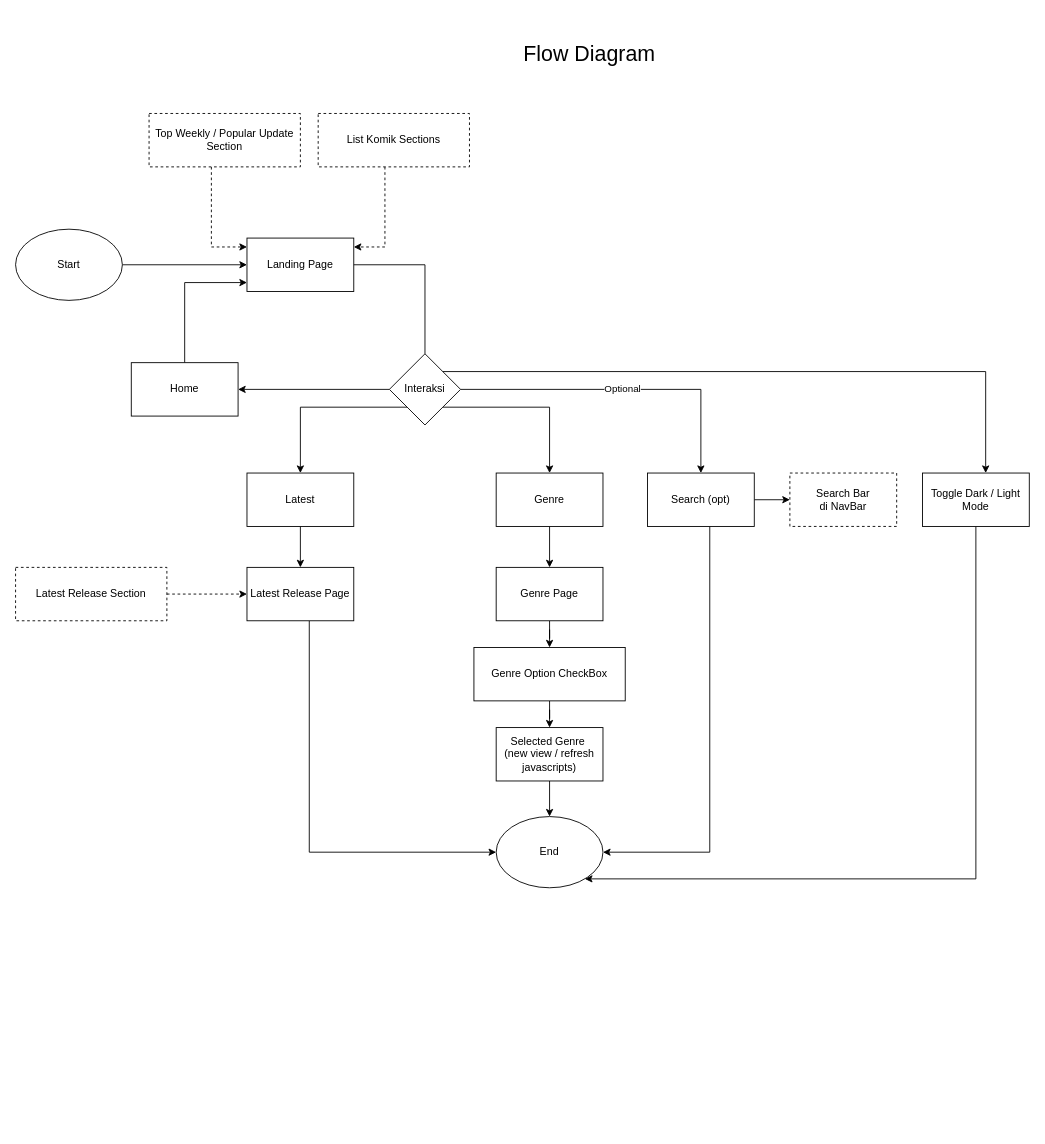
Aryanda04/web_komik keeps this draw.io diagram as page "Flow Diagram" (1 of 2) of flow web.drawio. Above is the earlier version. Source tidied: cells renumbered, new cells numbered last; positions are measured from the earlier drawing's top-left corner, leaving out a move shared by most shapes. Both pictures are drawn from the tidied source at 89%, with x=0, y=0 at pixel (15, 15).
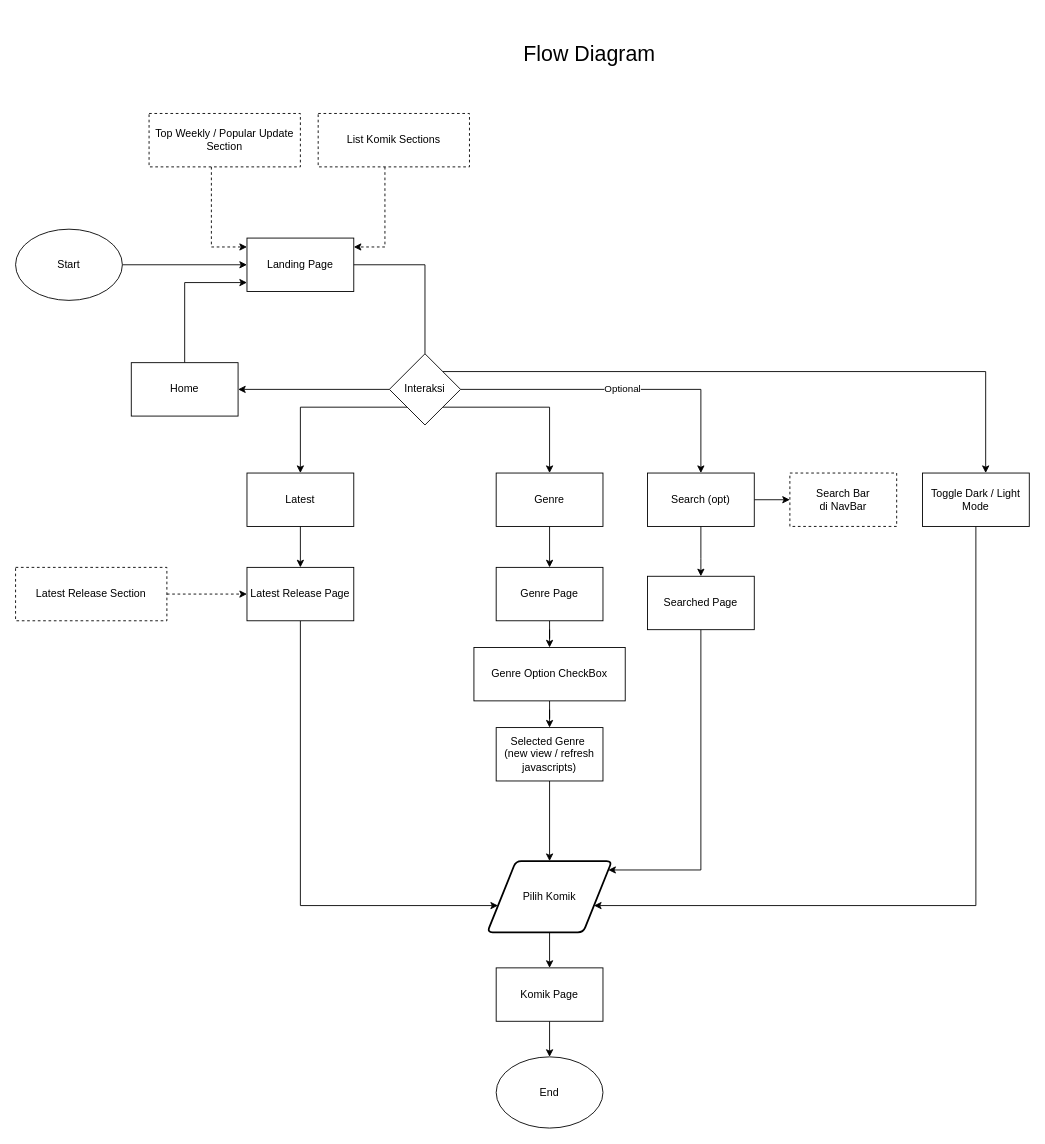
The same page after the edit.

The change refers to these unchanged cells:
```xml
<mxCell id="19" value="Search (opt)" style="rounded=0;whiteSpace=wrap;html=1;" parent="1" vertex="1">
  <mxGeometry x="710" y="514" width="120" height="60" as="geometry" />
</mxCell>
<mxCell id="27" value="Latest Release Page" style="rounded=0;whiteSpace=wrap;html=1;" parent="1" vertex="1">
  <mxGeometry x="260" y="620" width="120" height="60" as="geometry" />
</mxCell>
<mxCell id="35" value="Selected Genre&amp;nbsp;&lt;br&gt;(new view / refresh javascripts)" style="rounded=0;whiteSpace=wrap;html=1;" parent="1" vertex="1">
  <mxGeometry x="540" y="800" width="120" height="60" as="geometry" />
</mxCell>
<mxCell id="37" value="Toggle Dark / Light Mode" style="rounded=0;whiteSpace=wrap;html=1;" parent="1" vertex="1">
  <mxGeometry x="1019" y="514" width="120" height="60" as="geometry" />
</mxCell>
```

The edit, as a diff of the source:
```diff
@@
     <mxCell id="4" value="End" style="ellipse;whiteSpace=wrap;html=1;" parent="1" vertex="1">
-      <mxGeometry x="540" y="900" width="120" height="80" as="geometry" />
+      <mxGeometry x="540" y="1170" width="120" height="80" as="geometry" />
     </mxCell>
@@
-    <mxCell id="18" style="edgeStyle=orthogonalEdgeStyle;rounded=0;jettySize=auto;html=1;" parent="1" edge="1" source="19" target="4">
-      <mxGeometry relative="1" as="geometry">
-        <Array as="points">
-          <mxPoint x="780" y="940" />
-        </Array>
-      </mxGeometry>
-    </mxCell>
+    <mxCell id="40" style="edgeStyle=orthogonalEdgeStyle;rounded=0;jettySize=auto;html=1;" parent="1" edge="1" source="19" target="45">
+      <mxGeometry relative="1" as="geometry">
+        <Array as="points">
+          <mxPoint x="770" y="610" />
+          <mxPoint x="770" y="610" />
+        </Array>
+      </mxGeometry>
+    </mxCell>
@@
-    <mxCell id="26" style="edgeStyle=orthogonalEdgeStyle;rounded=0;jettySize=auto;html=1;" parent="1" edge="1" source="27" target="4">
-      <mxGeometry relative="1" as="geometry">
-        <Array as="points">
-          <mxPoint x="330" y="940" />
-        </Array>
-      </mxGeometry>
-    </mxCell>
+    <mxCell id="41" style="edgeStyle=orthogonalEdgeStyle;rounded=0;jettySize=auto;html=1;" parent="1" edge="1" source="27" target="47">
+      <mxGeometry relative="1" as="geometry">
+        <Array as="points">
+          <mxPoint x="320" y="1000" />
+        </Array>
+      </mxGeometry>
+    </mxCell>
@@
-    <mxCell id="34" style="edgeStyle=orthogonalEdgeStyle;rounded=0;jettySize=auto;html=1;" parent="1" edge="1" source="35" target="4">
-      <mxGeometry relative="1" as="geometry" />
-    </mxCell>
+    <mxCell id="42" style="edgeStyle=orthogonalEdgeStyle;rounded=0;jettySize=auto;html=1;" parent="1" edge="1" source="35" target="47">
+      <mxGeometry relative="1" as="geometry" />
+    </mxCell>
@@
-    <mxCell id="36" style="edgeStyle=orthogonalEdgeStyle;rounded=0;jettySize=auto;html=1;" parent="1" edge="1" source="37" target="4">
-      <mxGeometry relative="1" as="geometry">
-        <Array as="points">
-          <mxPoint x="1079" y="970" />
-        </Array>
-      </mxGeometry>
-    </mxCell>
+    <mxCell id="43" style="edgeStyle=orthogonalEdgeStyle;rounded=0;jettySize=auto;html=1;" parent="1" edge="1" source="37" target="47">
+      <mxGeometry relative="1" as="geometry">
+        <Array as="points">
+          <mxPoint x="1079" y="1000" />
+        </Array>
+      </mxGeometry>
+    </mxCell>
@@
+    <mxCell id="44" style="edgeStyle=orthogonalEdgeStyle;rounded=0;jettySize=auto;html=1;" parent="1" edge="1" source="45" target="47">
+      <mxGeometry relative="1" as="geometry">
+        <Array as="points">
+          <mxPoint x="770" y="960" />
+        </Array>
+      </mxGeometry>
+    </mxCell>
+    <mxCell id="45" value="Searched Page" style="rounded=0;whiteSpace=wrap;html=1;" parent="1" vertex="1">
+      <mxGeometry x="710" y="630" width="120" height="60" as="geometry" />
+    </mxCell>
+    <mxCell id="46" style="edgeStyle=orthogonalEdgeStyle;rounded=0;jettySize=auto;html=1;" parent="1" edge="1" source="47" target="49">
+      <mxGeometry relative="1" as="geometry" />
+    </mxCell>
+    <mxCell id="47" value="Pilih Komik" style="shape=parallelogram;html=1;strokeWidth=2;perimeter=parallelogramPerimeter;whiteSpace=wrap;rounded=1;arcSize=12;size=0.23;" parent="1" vertex="1">
+      <mxGeometry x="530" y="950" width="140" height="80" as="geometry" />
+    </mxCell>
+    <mxCell id="48" style="edgeStyle=orthogonalEdgeStyle;rounded=0;jettySize=auto;html=1;" parent="1" edge="1" source="49" target="4">
+      <mxGeometry relative="1" as="geometry" />
+    </mxCell>
+    <mxCell id="49" value="Komik Page" style="rounded=0;whiteSpace=wrap;html=1;" parent="1" vertex="1">
+      <mxGeometry x="540" y="1070" width="120" height="60" as="geometry" />
+    </mxCell>
```
